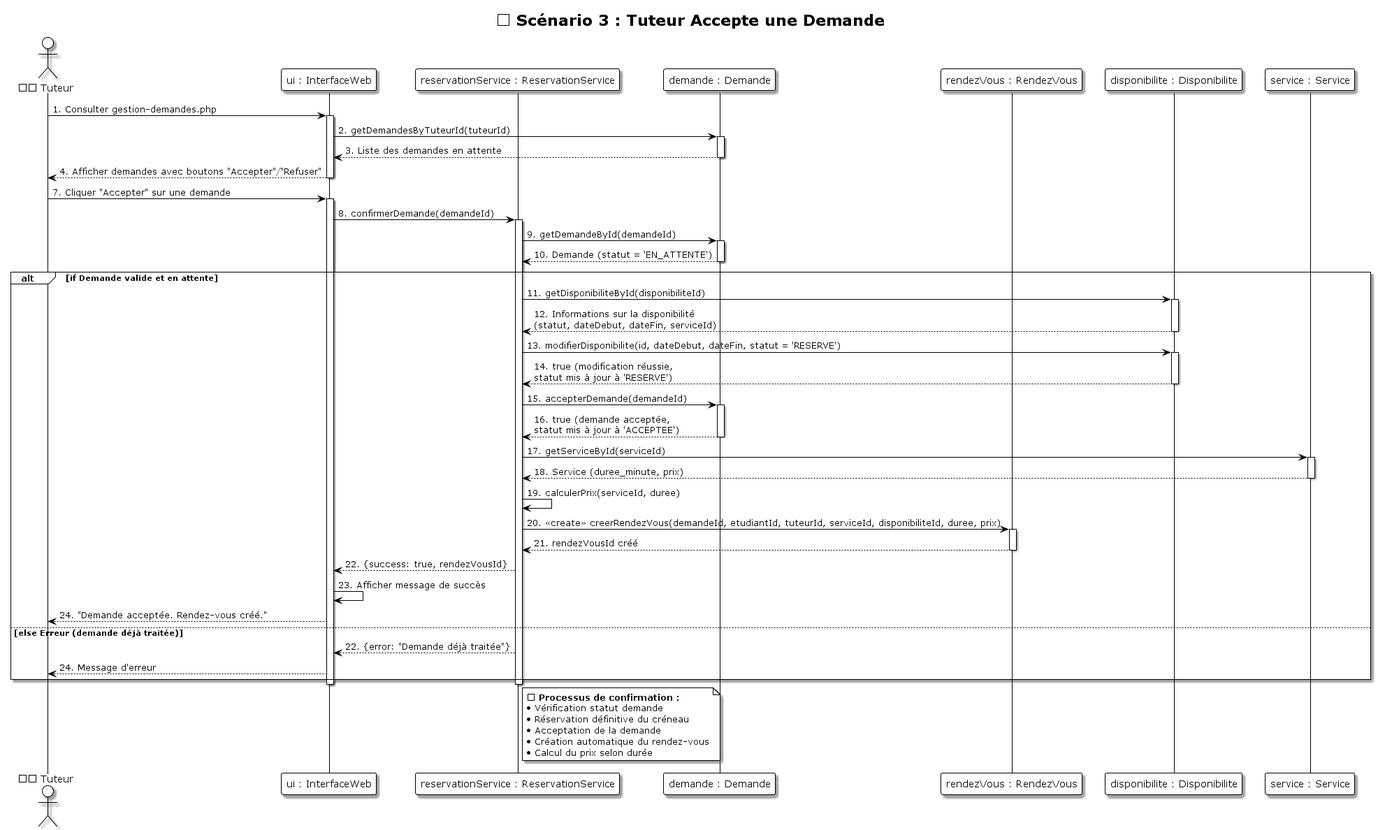
Before: UML/diagrammes_sequence/Sequence_03_Tuteur_Accepte_Demande.png, a diagram exported from PlantUML (LLAbdul/LLAbdul-projet-tutoplus).
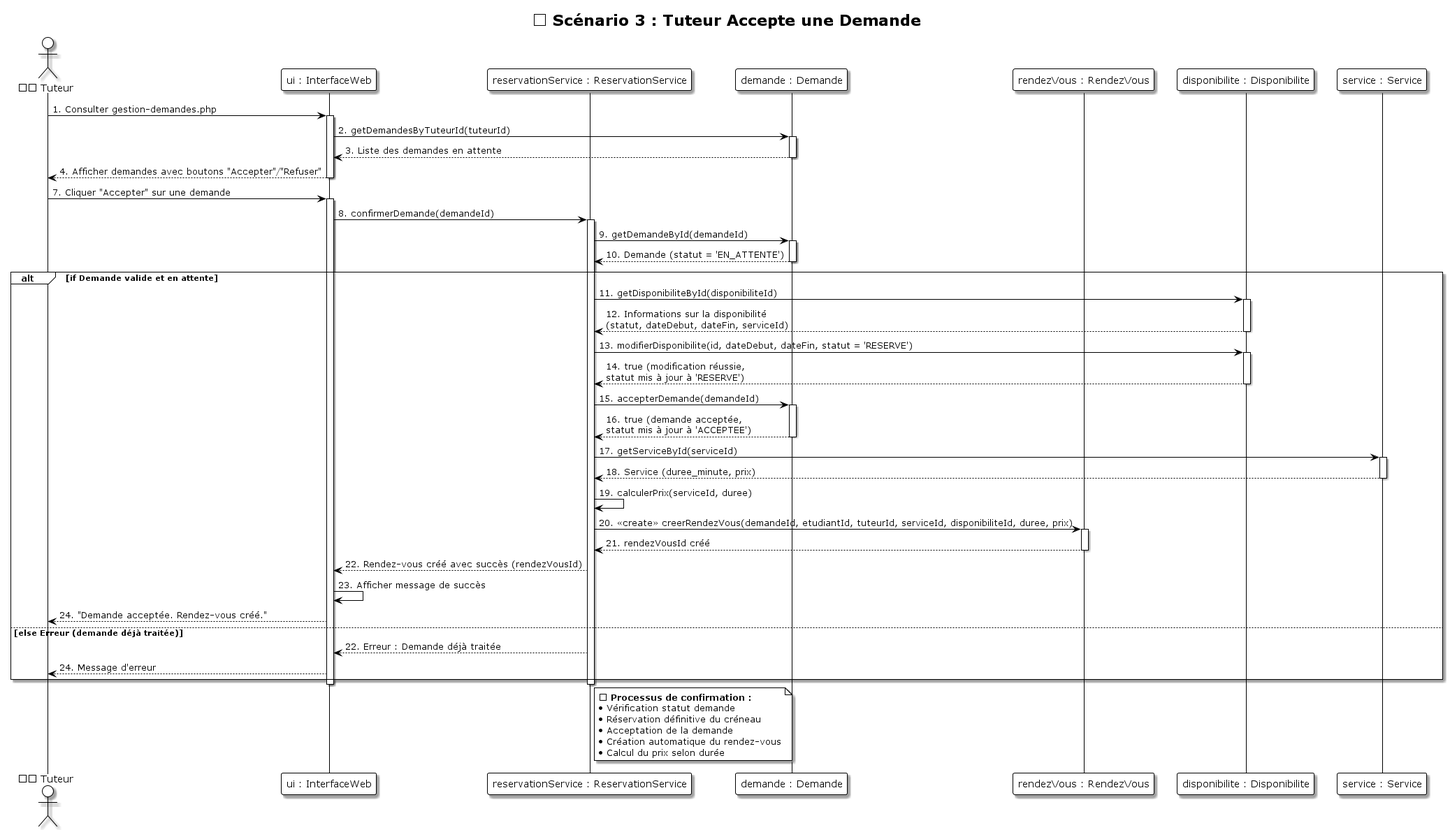
After the change.

What changed in the source:
```diff
@@ -60,11 +60,11 @@
     RendezVous --> ReservationService: 21. rendezVousId créé
     deactivate RendezVous
 
-    ReservationService --> UI: 22. {success: true, rendezVousId}
+    ReservationService --> UI: 22. Rendez-vous créé avec succès (rendezVousId)
     UI -> UI: 23. Afficher message de succès
     UI --> Tuteur: 24. "Demande acceptée. Rendez-vous créé."
 else else Erreur (demande déjà traitée)
-    ReservationService --> UI: 22. {error: "Demande déjà traitée"}
+    ReservationService --> UI: 22. Erreur : Demande déjà traitée
     UI --> Tuteur: 24. Message d'erreur
 end
 
```
